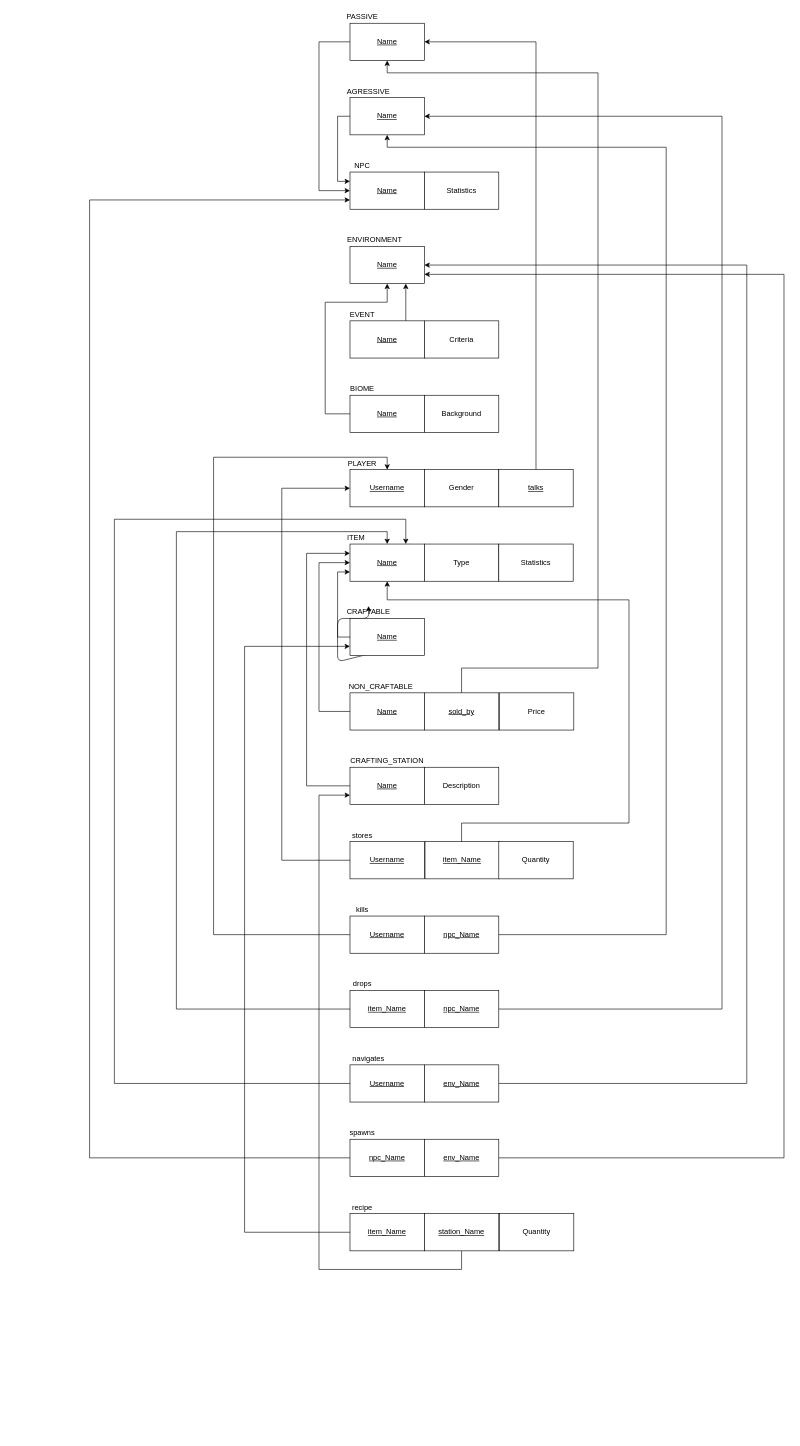
This is TerrariaMR.drawio from ahridesu/guioes-BD, a draw.io file, before an edit. Source tidied: cells renumbered, new cells numbered last; positions are measured from the earlier drawing's top-left corner, leaving out a move shared by most shapes. Both pictures are drawn from the tidied source at 62%, with x=0, y=0 at pixel (89, 11).
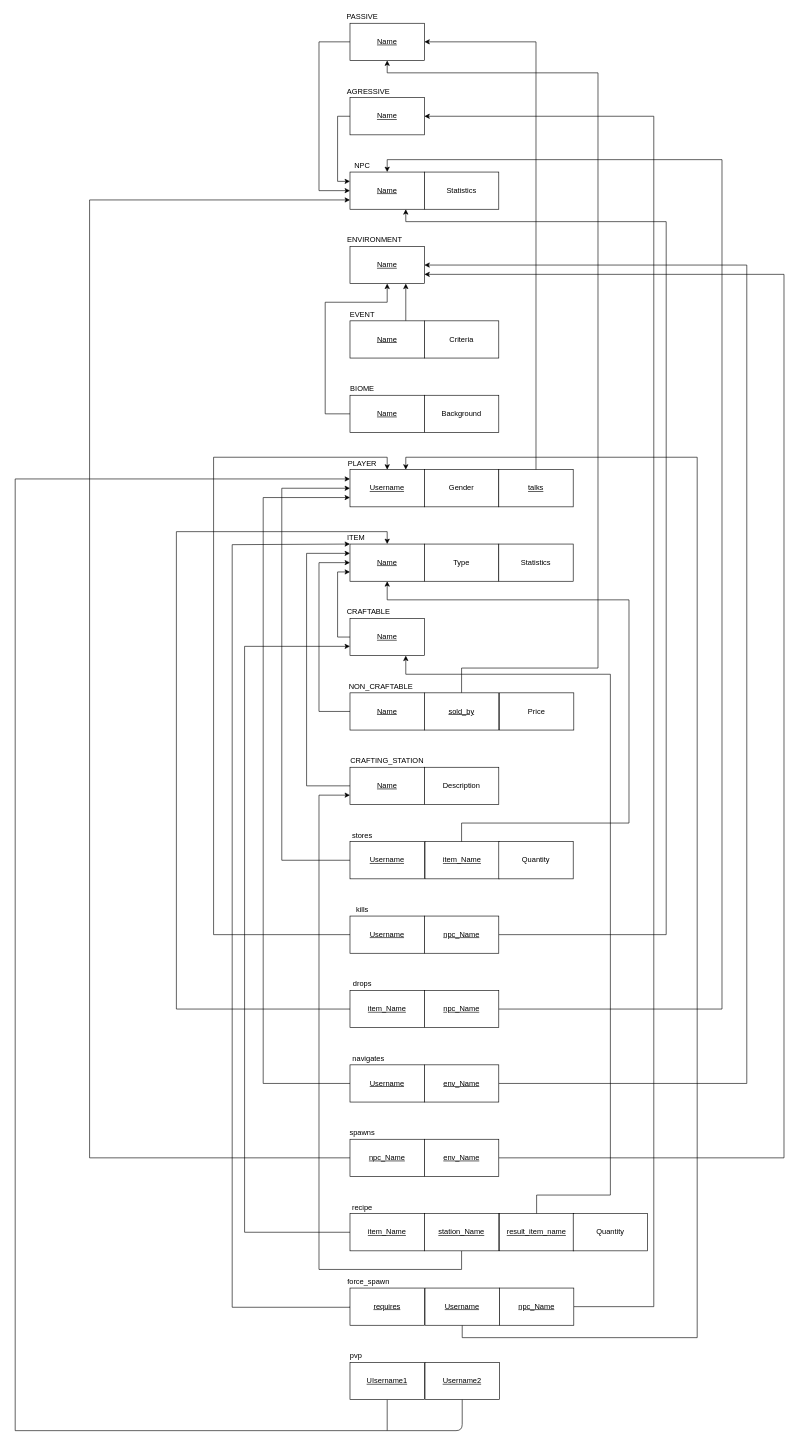
Above is the later version.

The change refers to these unchanged cells:
```xml
<mxCell id="13" value="&lt;u&gt;Username&lt;/u&gt;" style="rounded=0;whiteSpace=wrap;html=1;" parent="1" vertex="1">
  <mxGeometry x="420" y="740" width="120" height="60" as="geometry" />
</mxCell>
<mxCell id="18" value="&lt;u&gt;Name&lt;/u&gt;" style="rounded=0;whiteSpace=wrap;html=1;" parent="1" vertex="1">
  <mxGeometry x="420" y="260" width="120" height="60" as="geometry" />
</mxCell>
<mxCell id="22" value="&lt;u&gt;Name&lt;/u&gt;" style="rounded=0;whiteSpace=wrap;html=1;" parent="1" vertex="1">
  <mxGeometry x="420" y="140" width="120" height="60" as="geometry" />
</mxCell>
<mxCell id="27" value="&lt;u&gt;Name&lt;/u&gt;" style="rounded=0;whiteSpace=wrap;html=1;" parent="1" vertex="1">
  <mxGeometry x="420" y="860" width="120" height="60" as="geometry" />
</mxCell>
<mxCell id="50" value="&lt;u&gt;Username&lt;/u&gt;" style="rounded=0;whiteSpace=wrap;html=1;" parent="1" vertex="1">
  <mxGeometry x="420" y="1700" width="120" height="60" as="geometry" />
</mxCell>
<mxCell id="61" value="&lt;u&gt;npc_Name&lt;/u&gt;" style="rounded=0;whiteSpace=wrap;html=1;" parent="1" vertex="1">
  <mxGeometry x="540" y="1460" width="120" height="60" as="geometry" />
</mxCell>
<mxCell id="67" value="&lt;u&gt;npc_Name&lt;/u&gt;" style="rounded=0;whiteSpace=wrap;html=1;" parent="1" vertex="1">
  <mxGeometry x="540" y="1580" width="120" height="60" as="geometry" />
</mxCell>
```

What changed in the source:
```diff
@@
-    <mxCell id="2" style="endArrow=classic;html=1;exitX=0;exitY=0.5;exitDx=0;exitDy=0;entryX=0.25;entryY=1;entryDx=0;entryDy=0;" parent="1" edge="1">
-      <mxGeometry relative="1" as="geometry">
-        <mxPoint x="480" y="1030" as="sourcePoint" />
-        <mxPoint x="450" y="960" as="targetPoint" />
-        <Array as="points">
-          <mxPoint x="400" y="1050" />
-          <mxPoint x="400" y="980" />
-          <mxPoint x="450" y="980" />
-        </Array>
-      </mxGeometry>
-    </mxCell>
@@
-    <mxCell id="49" style="edgeStyle=orthogonalEdgeStyle;rounded=0;jettySize=auto;html=1;exitX=0;exitY=0.5;exitDx=0;exitDy=0;entryX=0.75;entryY=0;entryDx=0;entryDy=0;" parent="1" edge="1" source="50" target="27">
-      <mxGeometry relative="1" as="geometry">
-        <Array as="points">
-          <mxPoint x="40" y="1730" />
-          <mxPoint x="40" y="820" />
-          <mxPoint x="510" y="820" />
-        </Array>
-      </mxGeometry>
-    </mxCell>
+    <mxCell id="76" style="edgeStyle=orthogonalEdgeStyle;rounded=0;jettySize=auto;html=1;exitX=0;exitY=0.5;exitDx=0;exitDy=0;entryX=0;entryY=0.75;entryDx=0;entryDy=0;" parent="1" edge="1" source="50" target="13">
+      <mxGeometry relative="1" as="geometry">
+        <Array as="points">
+          <mxPoint x="280" y="1730" />
+          <mxPoint x="280" y="785" />
+        </Array>
+      </mxGeometry>
+    </mxCell>
@@
-    <mxCell id="60" style="edgeStyle=orthogonalEdgeStyle;rounded=0;jettySize=auto;html=1;exitX=1;exitY=0.5;exitDx=0;exitDy=0;entryX=0.5;entryY=1;entryDx=0;entryDy=0;" parent="1" edge="1" source="61" target="22">
+    <mxCell id="60" style="edgeStyle=orthogonalEdgeStyle;rounded=0;jettySize=auto;html=1;exitX=1;exitY=0.5;exitDx=0;exitDy=0;entryX=0.75;entryY=1;entryDx=0;entryDy=0;" parent="1" edge="1" source="61" target="18">
       <mxGeometry relative="1" as="geometry">
         <Array as="points">
           <mxPoint x="930" y="1490" />
-          <mxPoint x="930" y="220" />
-          <mxPoint x="480" y="220" />
+          <mxPoint x="930" y="340" />
+          <mxPoint x="510" y="340" />
         </Array>
       </mxGeometry>
     </mxCell>
@@
-    <mxCell id="66" style="edgeStyle=orthogonalEdgeStyle;rounded=0;jettySize=auto;html=1;exitX=1;exitY=0.5;exitDx=0;exitDy=0;entryX=1;entryY=0.5;entryDx=0;entryDy=0;" parent="1" edge="1" source="67" target="22">
+    <mxCell id="66" style="edgeStyle=orthogonalEdgeStyle;rounded=0;jettySize=auto;html=1;exitX=1;exitY=0.5;exitDx=0;exitDy=0;entryX=0.5;entryY=0;entryDx=0;entryDy=0;" parent="1" edge="1" source="67" target="18">
       <mxGeometry relative="1" as="geometry">
         <Array as="points">
           <mxPoint x="1020" y="1610" />
-          <mxPoint x="1020" y="170" />
+          <mxPoint x="1020" y="240" />
+          <mxPoint x="480" y="240" />
         </Array>
       </mxGeometry>
     </mxCell>
@@
+    <mxCell id="77" style="edgeStyle=orthogonalEdgeStyle;rounded=0;jettySize=auto;html=1;exitX=0.5;exitY=0;exitDx=0;exitDy=0;" parent="1" edge="1" source="74">
+      <mxGeometry relative="1" as="geometry">
+        <mxPoint x="510" y="1040" as="targetPoint" />
+        <Array as="points">
+          <mxPoint x="721" y="1910" />
+          <mxPoint x="840" y="1910" />
+          <mxPoint x="840" y="1070" />
+          <mxPoint x="510" y="1070" />
+        </Array>
+      </mxGeometry>
+    </mxCell>
-    <mxCell id="74" value="Quantity" style="rounded=0;whiteSpace=wrap;html=1;" parent="1" vertex="1">
+    <mxCell id="74" value="&lt;u&gt;result_item_name&lt;/u&gt;" style="rounded=0;whiteSpace=wrap;html=1;" parent="1" vertex="1">
       <mxGeometry x="661" y="1940" width="120" height="60" as="geometry" />
     </mxCell>
@@
+    <mxCell id="78" style="edgeStyle=orthogonalEdgeStyle;rounded=0;jettySize=auto;html=1;exitX=0;exitY=0.5;exitDx=0;exitDy=0;entryX=0;entryY=0;entryDx=0;entryDy=0;" parent="1" edge="1" source="79" target="27">
+      <mxGeometry relative="1" as="geometry">
+        <Array as="points">
+          <mxPoint x="230" y="2091" />
+          <mxPoint x="230" y="861" />
+          <mxPoint x="420" y="861" />
+        </Array>
+      </mxGeometry>
+    </mxCell>
+    <mxCell id="79" value="&lt;u&gt;requires&lt;/u&gt;" style="rounded=0;whiteSpace=wrap;html=1;" parent="1" vertex="1">
+      <mxGeometry x="420" y="2060" width="120" height="60" as="geometry" />
+    </mxCell>
+    <mxCell id="80" value="force_spawn" style="text;html=1;strokeColor=none;fillColor=none;align=center;verticalAlign=middle;whiteSpace=wrap;rounded=0;" parent="1" vertex="1">
+      <mxGeometry x="430" y="2040" width="40" height="20" as="geometry" />
+    </mxCell>
+    <mxCell id="81" style="edgeStyle=orthogonalEdgeStyle;rounded=0;jettySize=auto;html=1;exitX=0.5;exitY=1;exitDx=0;exitDy=0;entryX=0.75;entryY=0;entryDx=0;entryDy=0;" parent="1" edge="1" source="82" target="13">
+      <mxGeometry relative="1" as="geometry">
+        <Array as="points">
+          <mxPoint x="601" y="2140" />
+          <mxPoint x="980" y="2140" />
+          <mxPoint x="980" y="720" />
+          <mxPoint x="510" y="720" />
+        </Array>
+      </mxGeometry>
+    </mxCell>
+    <mxCell id="82" value="&lt;u&gt;Username&lt;/u&gt;" style="rounded=0;whiteSpace=wrap;html=1;" parent="1" vertex="1">
+      <mxGeometry x="541" y="2060" width="120" height="60" as="geometry" />
+    </mxCell>
+    <mxCell id="83" style="edgeStyle=orthogonalEdgeStyle;rounded=0;jettySize=auto;html=1;exitX=1;exitY=0.5;exitDx=0;exitDy=0;entryX=1;entryY=0.5;entryDx=0;entryDy=0;" parent="1" edge="1" source="84" target="22">
+      <mxGeometry relative="1" as="geometry">
+        <Array as="points">
+          <mxPoint x="910" y="2090" />
+          <mxPoint x="910" y="170" />
+        </Array>
+      </mxGeometry>
+    </mxCell>
+    <mxCell id="84" value="&lt;u&gt;npc_Name&lt;/u&gt;" style="rounded=0;whiteSpace=wrap;html=1;" parent="1" vertex="1">
+      <mxGeometry x="661" y="2060" width="120" height="60" as="geometry" />
+    </mxCell>
+    <mxCell id="85" style="edgeStyle=orthogonalEdgeStyle;rounded=0;jettySize=auto;html=1;exitX=0.5;exitY=1;exitDx=0;exitDy=0;entryX=0;entryY=0.25;entryDx=0;entryDy=0;" parent="1" edge="1" source="86" target="13">
+      <mxGeometry relative="1" as="geometry">
+        <Array as="points">
+          <mxPoint x="480" y="2290" />
+          <mxPoint x="-120" y="2290" />
+          <mxPoint x="-120" y="755" />
+        </Array>
+      </mxGeometry>
+    </mxCell>
+    <mxCell id="86" value="&lt;u&gt;UIsername1&lt;/u&gt;" style="rounded=0;whiteSpace=wrap;html=1;" parent="1" vertex="1">
+      <mxGeometry x="420" y="2180" width="120" height="60" as="geometry" />
+    </mxCell>
+    <mxCell id="87" value="&lt;u&gt;Username2&lt;/u&gt;" style="rounded=0;whiteSpace=wrap;html=1;" parent="1" vertex="1">
+      <mxGeometry x="541" y="2180" width="120" height="60" as="geometry" />
+    </mxCell>
+    <mxCell id="88" value="pvp" style="text;html=1;strokeColor=none;fillColor=none;align=center;verticalAlign=middle;whiteSpace=wrap;rounded=0;" parent="1" vertex="1">
+      <mxGeometry x="410" y="2160" width="40" height="20" as="geometry" />
+    </mxCell>
+    <mxCell id="89" style="endArrow=none;html=1;entryX=0.5;entryY=1;entryDx=0;entryDy=0;" parent="1" edge="1" target="87">
+      <mxGeometry relative="1" as="geometry">
+        <mxPoint x="480" y="2290" as="sourcePoint" />
+        <Array as="points">
+          <mxPoint x="601" y="2290" />
+        </Array>
+      </mxGeometry>
+    </mxCell>
+    <mxCell id="90" value="Quantity" style="rounded=0;whiteSpace=wrap;html=1;" parent="1" vertex="1">
+      <mxGeometry x="780" y="1940" width="120" height="60" as="geometry" />
+    </mxCell>
```
